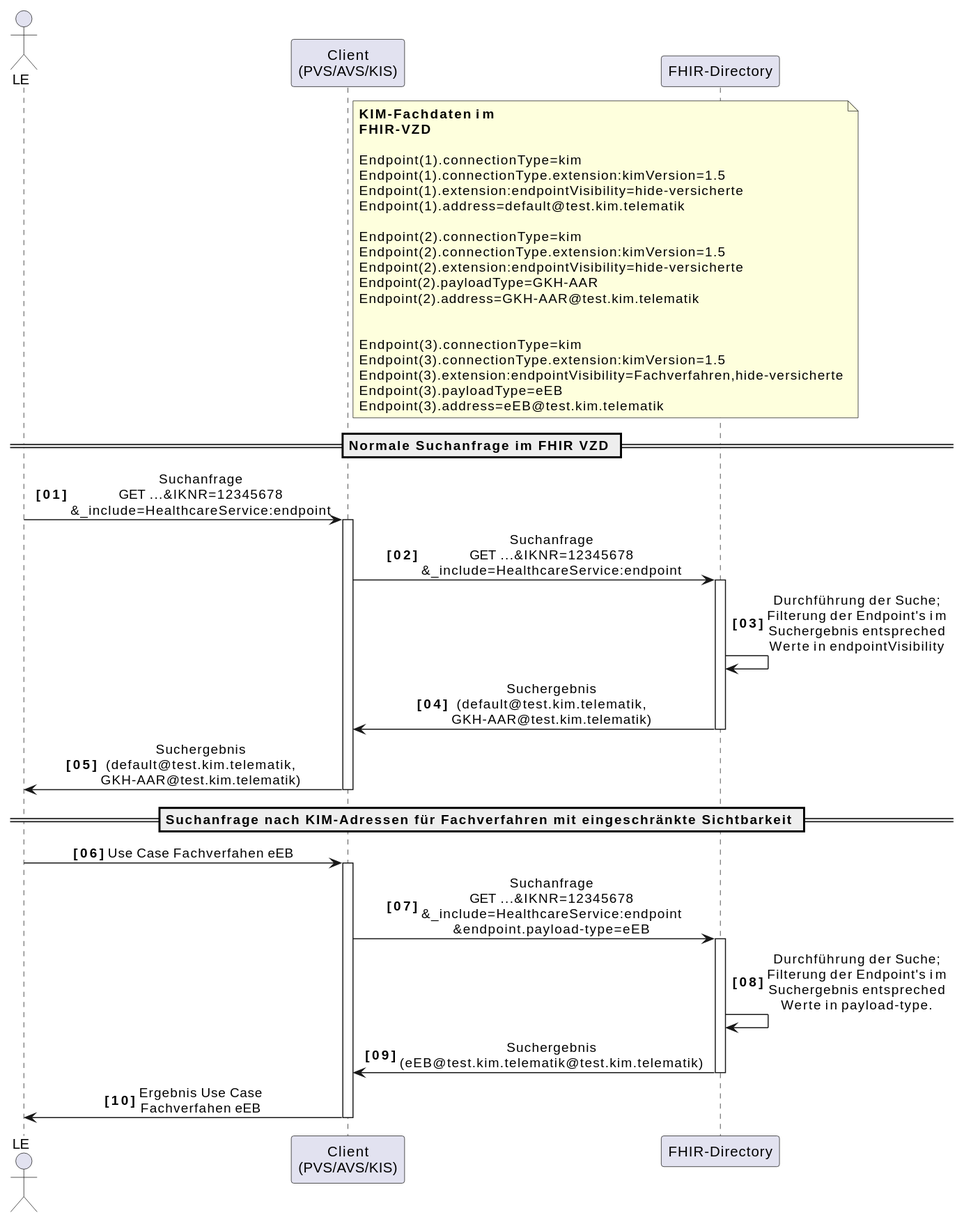
Before: images/diagrams/SequenceDiagram.FHIR_AF_10472_appTagSuche.svg, a diagram exported from PlantUML (gematik/api-vzd).
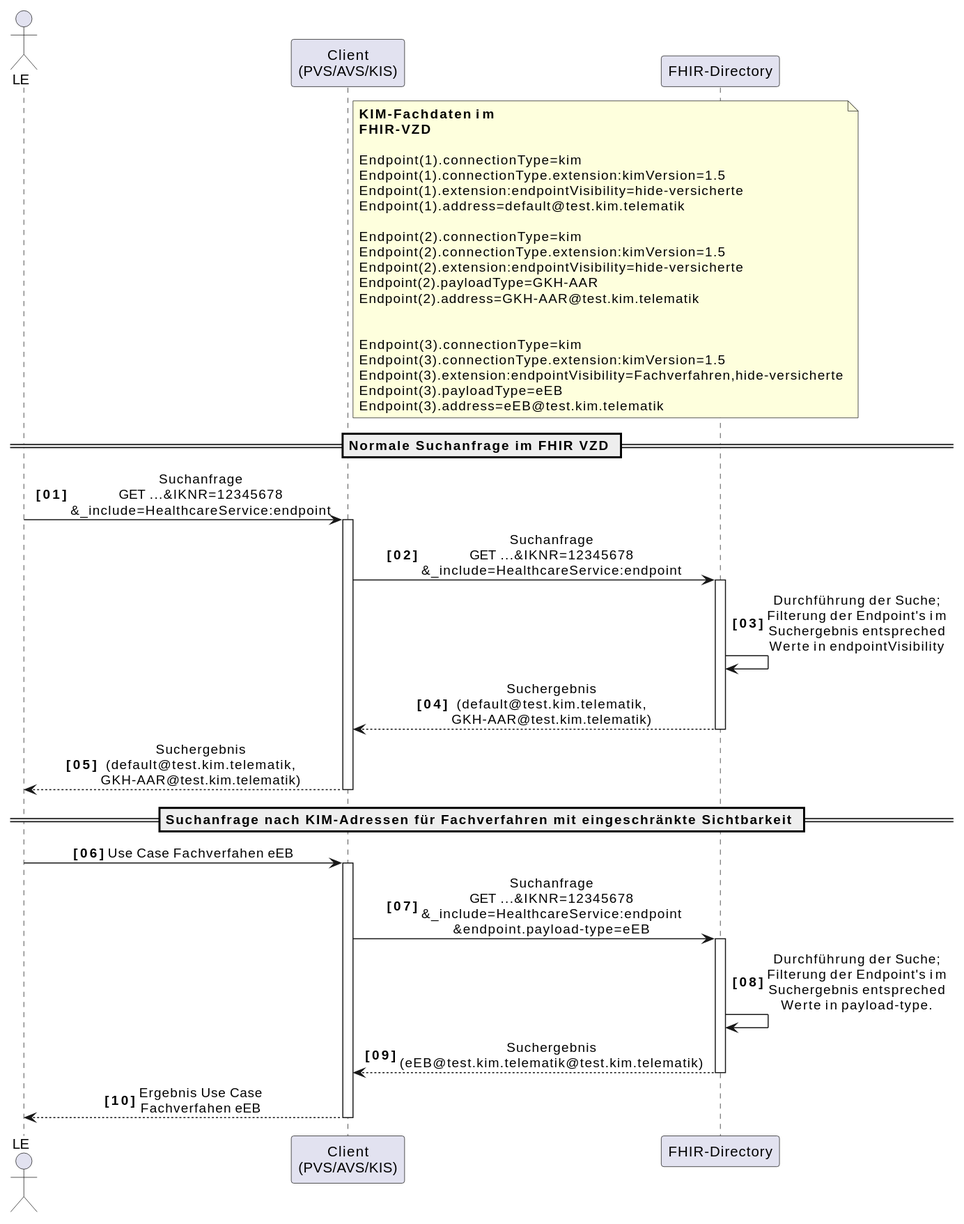
Later version of the same file.

Commit message:
Commit from GitHub Actions (GeneratePlantumlImages)

Change to the diagram source:
```diff
@@ -37,9 +37,9 @@
 cl -> fd: Suchanfrage \nGET ...&IKNR=12345678\n&_include=HealthcareService:endpoint
 activate fd
 fd -> fd: Durchführung der Suche;\nFilterung der Endpoint's im Suchergebnis entspreched Werte in endpointVisibility
-fd -> cl: Suchergebnis (default@test.kim.telematik, GKH-AAR@test.kim.telematik)
+fd --> cl: Suchergebnis (default@test.kim.telematik, GKH-AAR@test.kim.telematik)
 deactivate fd
-cl -> o: Suchergebnis (default@test.kim.telematik, GKH-AAR@test.kim.telematik)
+cl --> o: Suchergebnis (default@test.kim.telematik, GKH-AAR@test.kim.telematik)
 deactivate cl
 
 
@@ -50,8 +50,8 @@
 cl -> fd: Suchanfrage \nGET ...&IKNR=12345678\n&_include=HealthcareService:endpoint\n&endpoint.payload-type=eEB
 activate fd
 fd -> fd: Durchführung der Suche;\nFilterung der Endpoint's im Suchergebnis entspreched Werte in payload-type.
-fd -> cl: Suchergebnis (eEB@test.kim.telematik@test.kim.telematik)
+fd --> cl: Suchergebnis (eEB@test.kim.telematik@test.kim.telematik)
 deactivate fd
-cl -> o: Ergebnis Use Case Fachverfahen eEB
+cl --> o: Ergebnis Use Case Fachverfahen eEB
 deactivate cl
 @enduml
```
